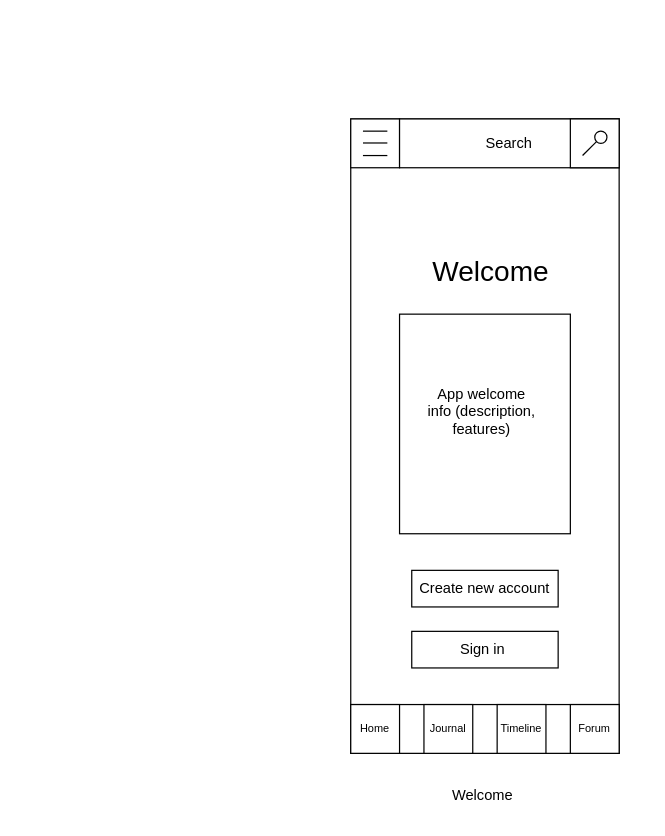
Above: page "WelcomeScreen" (2 of 16) of Chronicle_Initial_App_Wireframe_Designs.drawio in Vaibhav-G-Parmar/Chronicle-Your-Ultimate-Travel-Companion (draw.io), before the change. Source tidied: cells renumbered, new cells numbered last; positions are measured from the earlier drawing's top-left corner, leaving out a move shared by most shapes. Both pictures are drawn from the tidied source at 122%, with x=0, y=0 at pixel (350, 118).
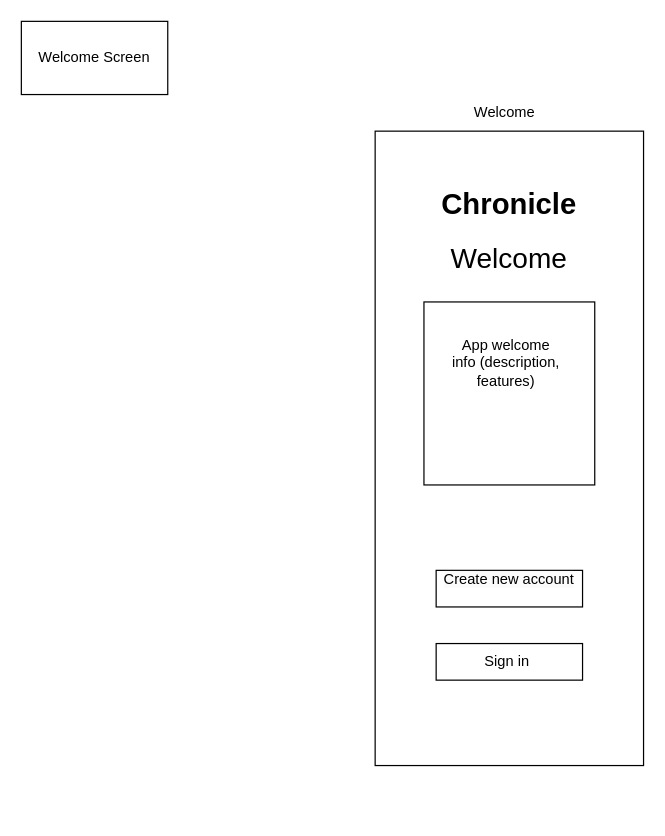
Above is the later version.

The edit, as a diff of the source:
```diff
@@
-    <mxCell id="2" style="endArrow=none;html=1;rounded=0;" parent="1" edge="1">
-      <mxGeometry relative="1" as="geometry">
-        <mxPoint x="200" y="40" as="sourcePoint" />
-        <mxPoint x="200" y="40" as="targetPoint" />
-      </mxGeometry>
-    </mxCell>
-    <mxCell id="3" style="rounded=0;whiteSpace=wrap;html=1;" parent="1" vertex="1">
-      <mxGeometry width="220" height="520" as="geometry" />
-    </mxCell>
-    <mxCell id="4" style="rounded=0;whiteSpace=wrap;html=1;" parent="1" vertex="1">
-      <mxGeometry y="480" width="220" height="40" as="geometry" />
-    </mxCell>
-    <mxCell id="5" value="Forum" style="rounded=0;whiteSpace=wrap;html=1;fontSize=9;" parent="1" vertex="1">
-      <mxGeometry x="180" y="480" width="40" height="40" as="geometry" />
-    </mxCell>
-    <mxCell id="6" value="Timeline" style="rounded=0;whiteSpace=wrap;html=1;fontSize=9;" parent="1" vertex="1">
-      <mxGeometry x="120" y="480" width="40" height="40" as="geometry" />
-    </mxCell>
-    <mxCell id="7" value="Journal" style="rounded=0;whiteSpace=wrap;html=1;fontSize=9;" parent="1" vertex="1">
-      <mxGeometry x="60" y="480" width="40" height="40" as="geometry" />
-    </mxCell>
-    <mxCell id="8" value="Home" style="rounded=0;whiteSpace=wrap;html=1;fontSize=9;" parent="1" vertex="1">
-      <mxGeometry y="480" width="40" height="40" as="geometry" />
-    </mxCell>
-    <mxCell id="9" style="rounded=0;whiteSpace=wrap;html=1;fontSize=9;" parent="1" vertex="1">
-      <mxGeometry width="40" height="40" as="geometry" />
-    </mxCell>
-    <mxCell id="10" style="endArrow=none;html=1;rounded=0;" parent="1" edge="1">
-      <mxGeometry relative="1" as="geometry">
-        <mxPoint x="10" y="30" as="sourcePoint" />
-        <mxPoint x="30" y="30" as="targetPoint" />
-      </mxGeometry>
-    </mxCell>
-    <mxCell id="11" style="endArrow=none;html=1;rounded=0;" parent="1" edge="1">
-      <mxGeometry relative="1" as="geometry">
-        <mxPoint x="10" y="19.7" as="sourcePoint" />
-        <mxPoint x="30" y="19.7" as="targetPoint" />
-      </mxGeometry>
-    </mxCell>
-    <mxCell id="12" style="endArrow=none;html=1;rounded=0;" parent="1" edge="1">
-      <mxGeometry relative="1" as="geometry">
-        <mxPoint x="10" y="10" as="sourcePoint" />
-        <mxPoint x="30" y="10" as="targetPoint" />
-      </mxGeometry>
-    </mxCell>
-    <mxCell id="13" value="Search" style="rounded=0;whiteSpace=wrap;html=1;" parent="1" vertex="1">
-      <mxGeometry x="40" width="180" height="40" as="geometry" />
-    </mxCell>
-    <mxCell id="14" style="whiteSpace=wrap;html=1;" parent="1" vertex="1">
-      <mxGeometry x="180" width="40" height="40" as="geometry" />
-    </mxCell>
-    <mxCell id="15" style="endArrow=none;html=1;rounded=0;entryX=0;entryY=1;entryDx=0;entryDy=0;" parent="1" edge="1" target="16">
-      <mxGeometry relative="1" as="geometry">
-        <mxPoint x="190" y="30" as="sourcePoint" />
-      </mxGeometry>
-    </mxCell>
-    <mxCell id="16" style="ellipse;whiteSpace=wrap;html=1;" parent="1" vertex="1">
-      <mxGeometry x="200" y="10" width="10" height="10" as="geometry" />
-    </mxCell>
+    <mxCell id="24" style="endArrow=none;html=1;rounded=0;" parent="1" edge="1">
+      <mxGeometry relative="1" as="geometry">
+        <mxPoint x="220" y="50" as="sourcePoint" />
+        <mxPoint x="220" y="50" as="targetPoint" />
+      </mxGeometry>
+    </mxCell>
+    <mxCell id="25" style="rounded=0;whiteSpace=wrap;html=1;" parent="1" vertex="1">
+      <mxGeometry x="20" y="10" width="220" height="520" as="geometry" />
+    </mxCell>
+    <mxCell id="18" value="&lt;font style=&quot;font-size: 23px;&quot;&gt;Welcome&lt;/font&gt;" style="text;html=1;strokeColor=none;fillColor=none;align=center;verticalAlign=middle;whiteSpace=wrap;rounded=0;" parent="1" vertex="1">
+      <mxGeometry x="85" y="100" width="90" height="30" as="geometry" />
+    </mxCell>
+    <mxCell id="26" style="rounded=0;whiteSpace=wrap;html=1;" parent="1" vertex="1">
+      <mxGeometry x="60" y="150" width="140" height="150" as="geometry" />
+    </mxCell>
+    <mxCell id="20" value="App welcome info (description, features)" style="text;html=1;strokeColor=none;fillColor=none;align=center;verticalAlign=middle;whiteSpace=wrap;rounded=0;" parent="1" vertex="1">
+      <mxGeometry x="80" y="175.5" width="95" height="49" as="geometry" />
+    </mxCell>
+    <mxCell id="23" value="Sign in&amp;nbsp;" style="rounded=0;whiteSpace=wrap;html=1;" parent="1" vertex="1">
+      <mxGeometry x="70" y="430" width="120" height="30" as="geometry" />
+    </mxCell>
+    <mxCell id="22" value="&#10;&lt;span style=&quot;color: rgb(0, 0, 0); font-family: Helvetica; font-size: 12px; font-style: normal; font-variant-ligatures: normal; font-variant-caps: normal; font-weight: 400; letter-spacing: normal; orphans: 2; text-indent: 0px; text-transform: none; widows: 2; word-spacing: 0px; -webkit-text-stroke-width: 0px; background-color: rgb(251, 251, 251); text-decoration-thickness: initial; text-decoration-style: initial; text-decoration-color: initial; float: none; display: inline !important;&quot;&gt;Create new account&lt;/span&gt;&#10;&#10;" style="rounded=0;whiteSpace=wrap;html=1;align=center;verticalAlign=middle;" parent="1" vertex="1">
+      <mxGeometry x="70" y="370" width="120" height="30" as="geometry" />
+    </mxCell>
     <mxCell id="17" value="Welcome&amp;nbsp;" style="text;html=1;strokeColor=none;fillColor=none;align=center;verticalAlign=middle;whiteSpace=wrap;rounded=0;" parent="1" vertex="1">
-      <mxGeometry x="80" y="540" width="60" height="30" as="geometry" />
+      <mxGeometry x="97.5" y="-20" width="60" height="30" as="geometry" />
     </mxCell>
-    <mxCell id="18" value="&lt;font style=&quot;font-size: 23px;&quot;&gt;Welcome&lt;/font&gt;" style="text;html=1;strokeColor=none;fillColor=none;align=center;verticalAlign=middle;whiteSpace=wrap;rounded=0;" parent="1" vertex="1">
-      <mxGeometry x="70" y="110" width="90" height="30" as="geometry" />
-    </mxCell>
-    <mxCell id="19" style="rounded=0;whiteSpace=wrap;html=1;" parent="1" vertex="1">
-      <mxGeometry x="40" y="160" width="140" height="180" as="geometry" />
-    </mxCell>
-    <mxCell id="20" value="App welcome info (description, features)" style="text;html=1;strokeColor=none;fillColor=none;align=center;verticalAlign=middle;whiteSpace=wrap;rounded=0;" parent="1" vertex="1">
-      <mxGeometry x="60" y="215.5" width="95" height="49" as="geometry" />
-    </mxCell>
-    <mxCell id="21" style="rounded=0;whiteSpace=wrap;html=1;" parent="1" vertex="1">
-      <mxGeometry x="50" y="370" width="120" height="30" as="geometry" />
-    </mxCell>
-    <mxCell id="22" value="Create new account" style="text;html=1;strokeColor=none;fillColor=none;align=center;verticalAlign=middle;whiteSpace=wrap;rounded=0;" parent="1" vertex="1">
-      <mxGeometry x="45" y="370" width="130" height="30" as="geometry" />
-    </mxCell>
-    <mxCell id="23" value="Sign in&amp;nbsp;" style="rounded=0;whiteSpace=wrap;html=1;" parent="1" vertex="1">
-      <mxGeometry x="50" y="420" width="120" height="30" as="geometry" />
-    </mxCell>
+    <mxCell id="27" value="Welcome Screen" style="rounded=0;whiteSpace=wrap;html=1;" parent="1" vertex="1">
+      <mxGeometry x="-270" y="-80" width="120" height="60" as="geometry" />
+    </mxCell>
+    <mxCell id="28" value="&lt;h1&gt;Chronicle&lt;/h1&gt;&lt;p&gt;&lt;br&gt;&lt;/p&gt;" style="text;html=1;strokeColor=none;fillColor=none;spacing=5;spacingTop=-20;whiteSpace=wrap;overflow=hidden;rounded=0;align=center;" parent="1" vertex="1">
+      <mxGeometry x="65" y="50" width="130" height="40" as="geometry" />
+    </mxCell>
```
